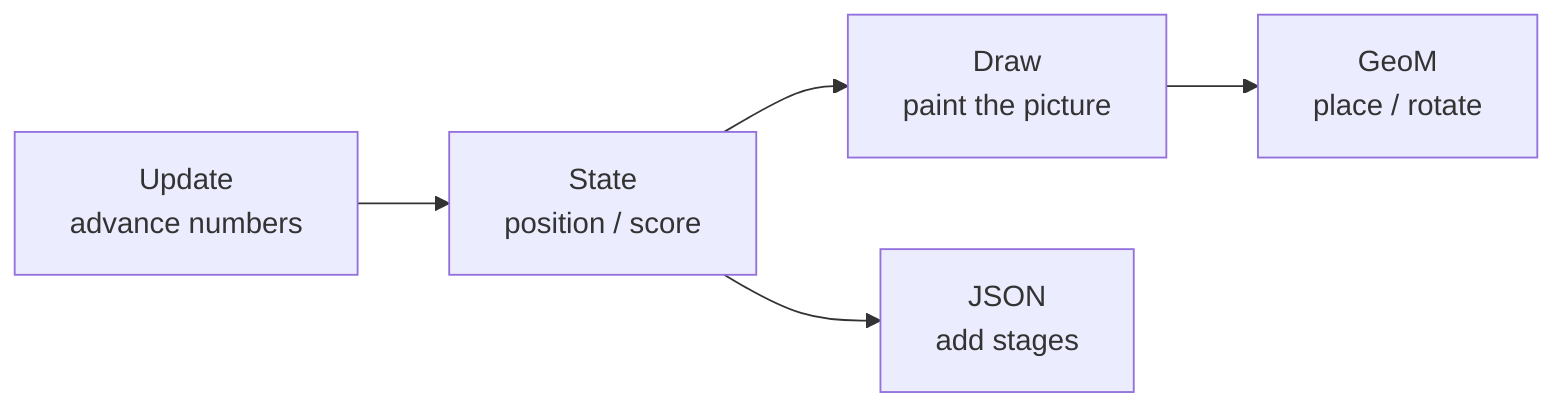
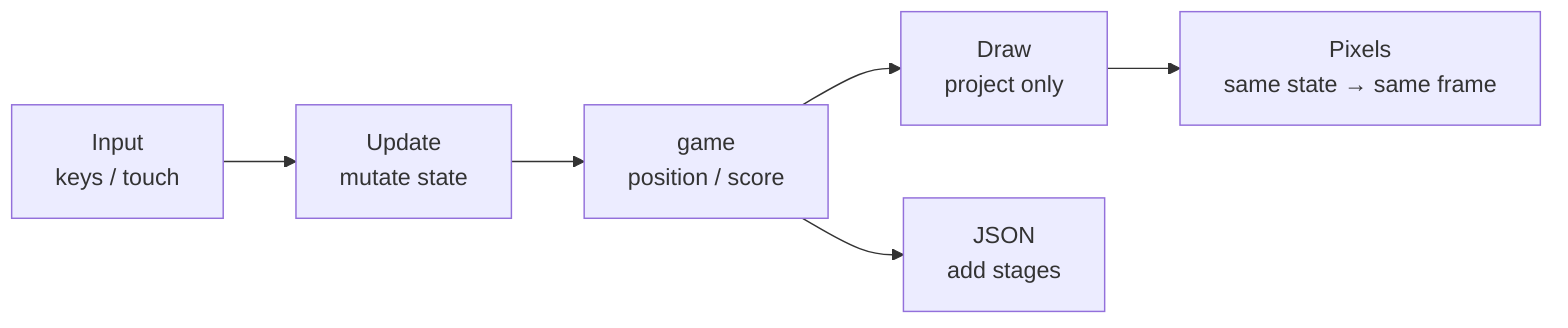
flowchart LR
-   update["Update<br/>advance numbers"]
-   state["State<br/>position / score"]
-   draw["Draw<br/>paint the picture"]
-   geom["GeoM<br/>place / rotate"]
+   input["Input<br/>keys / touch"]
+   update["Update<br/>mutate state"]
+   state["game<br/>position / score"]
+   draw["Draw<br/>project only"]
+   pixels["Pixels<br/>same state → same frame"]
  data["JSON<br/>add stages"]
+   input --> update
  update --> state
  state --> draw
-   draw --> geom
+   draw --> pixels
  state --> data
